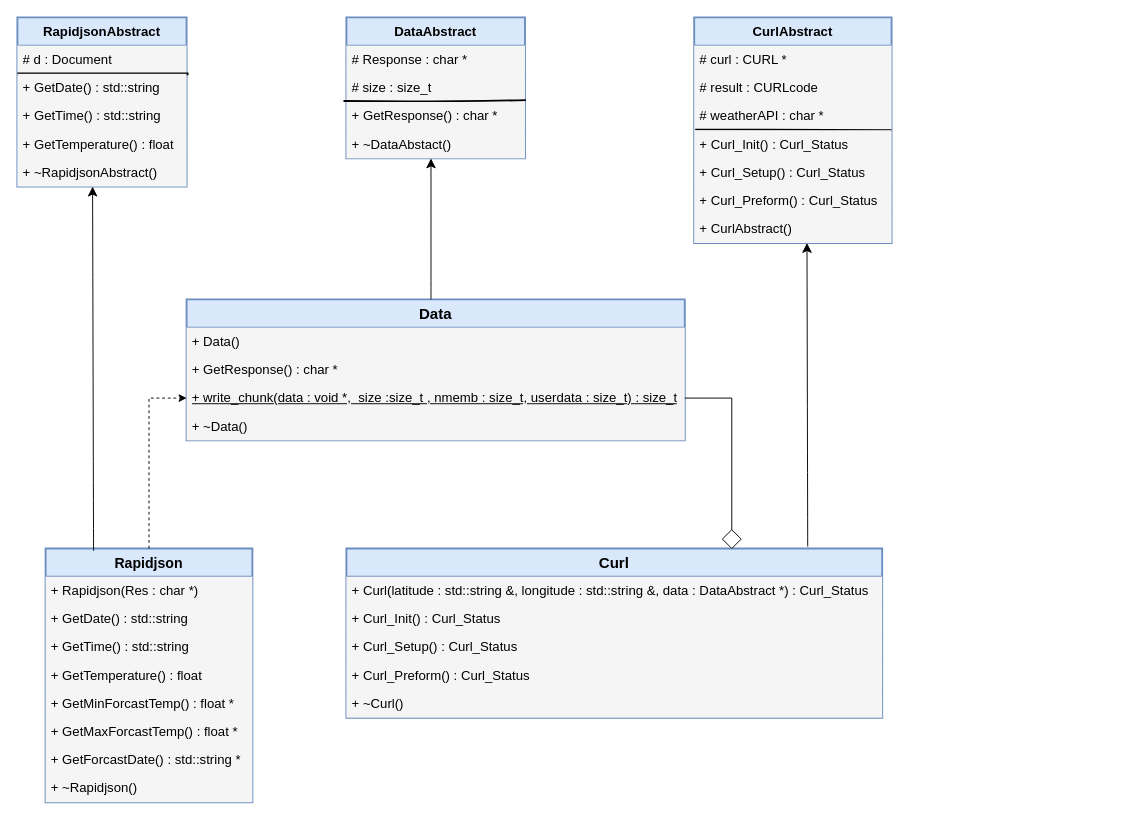
The draw.io diagram Docs/Class Diagram/WeatherForcast_ClassDiagram.drawio in salmanasser712/WeatherForcast, before the edit. Source tidied: cells renumbered, new cells numbered last; positions are measured from the earlier drawing's top-left corner, leaving out a move shared by most shapes. Both pictures are drawn from the tidied source at 94%, with x=0, y=0 at pixel (17, 17).
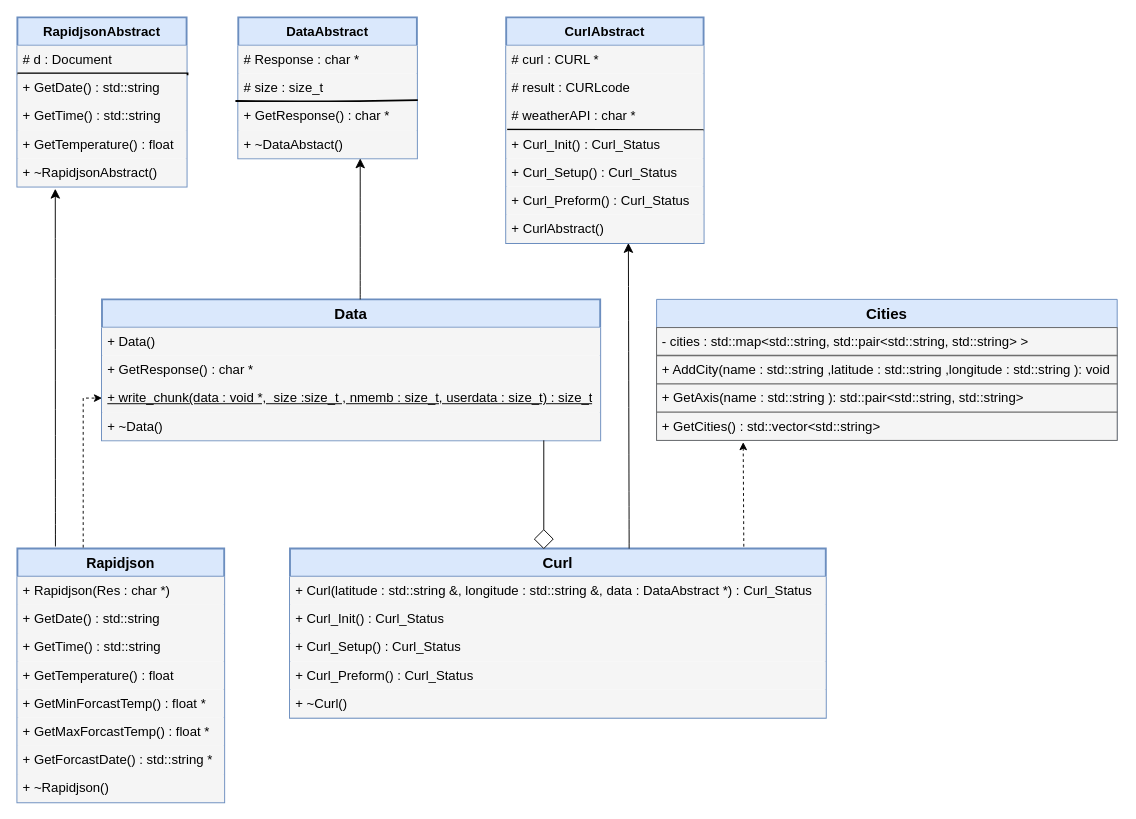
The same diagram, later.

Commit message (it also covers changes not shown here):
class Diagram

Unchanged cells that the change refers to:
```xml
<mxCell id="20" value="&lt;u style=&quot;font-size: 14px;&quot;&gt;+ write_chunk(data : void *,&amp;nbsp; size :size_t , nmemb : size_t, userdata : size_t) :&amp;nbsp;size_t&lt;/u&gt;" style="text;strokeColor=none;fillColor=#f5f5f5;align=left;verticalAlign=middle;spacingLeft=4;spacingRight=4;overflow=hidden;points=[[0,0.5],[1,0.5]];portConstraint=eastwest;whiteSpace=wrap;html=1;fontColor=#000000;fontSize=14;strokeWidth=2;" parent="17" vertex="1">
  <mxGeometry y="90" width="530" height="30" as="geometry" />
</mxCell>
<mxCell id="37" value="+ ~RapidjsonAbstract()" style="text;strokeColor=none;fillColor=#f5f5f5;align=left;verticalAlign=middle;spacingLeft=4;spacingRight=4;overflow=hidden;points=[[0,0.5],[1,0.5]];portConstraint=eastwest;whiteSpace=wrap;html=1;fontColor=#000000;fontSize=14;strokeWidth=2;" parent="31" vertex="1">
  <mxGeometry y="150" width="180" height="30" as="geometry" />
</mxCell>
```

The edit, as a diff of the source:
```diff
@@
     <mxCell id="2" value="&lt;b&gt;&lt;font style=&quot;font-size: 15px;&quot;&gt;Rapidjson&lt;/font&gt;&lt;/b&gt;" style="swimlane;fontStyle=0;horizontal=1;startSize=30;whiteSpace=wrap;html=1;fillColor=#dae8fc;strokeColor=#6c8ebf;strokeWidth=2;" parent="1" vertex="1">
-      <mxGeometry x="30" y="565" width="220" height="270" as="geometry" />
+      <mxGeometry y="565" width="220" height="270" as="geometry" />
     </mxCell>
@@
     <mxCell id="11" value="&lt;font size=&quot;1&quot; style=&quot;&quot;&gt;&lt;b style=&quot;font-size: 16px;&quot;&gt;Curl&lt;/b&gt;&lt;/font&gt;" style="swimlane;fontStyle=0;horizontal=1;startSize=30;whiteSpace=wrap;html=1;fillColor=#dae8fc;strokeColor=#6c8ebf;strokeWidth=2;" parent="1" vertex="1">
-      <mxGeometry x="350" y="565" width="570" height="180" as="geometry" />
+      <mxGeometry x="290" y="565" width="570" height="180" as="geometry" />
     </mxCell>
@@
     <mxCell id="17" value="&lt;font style=&quot;font-size: 16px;&quot;&gt;&lt;b&gt;Data&lt;/b&gt;&lt;/font&gt;" style="swimlane;fontStyle=0;horizontal=1;startSize=30;whiteSpace=wrap;html=1;fillColor=#dae8fc;strokeColor=#6c8ebf;strokeWidth=2;" parent="1" vertex="1">
-      <mxGeometry x="180" y="300" width="530" height="150" as="geometry" />
+      <mxGeometry x="90" y="300" width="530" height="150" as="geometry" />
     </mxCell>
@@
-    <mxCell id="22" style="endArrow=none;html=1;rounded=0;entryX=1;entryY=0.5;entryDx=0;entryDy=0;exitX=0.5;exitY=0;exitDx=0;exitDy=0;" parent="1" edge="1" source="23" target="20">
+    <mxCell id="22" style="endArrow=none;html=1;rounded=0;exitX=0.5;exitY=0;exitDx=0;exitDy=0;" parent="1" edge="1" source="23">
       <mxGeometry relative="1" as="geometry">
-        <Array as="points">
-          <mxPoint x="760" y="405" />
-        </Array>
+        <mxPoint x="560" y="450" as="targetPoint" />
       </mxGeometry>
     </mxCell>
     <mxCell id="23" style="rhombus;whiteSpace=wrap;html=1;" parent="1" vertex="1">
-      <mxGeometry x="750" y="545" width="20" height="20" as="geometry" />
+      <mxGeometry x="550" y="545" width="20" height="20" as="geometry" />
     </mxCell>
-    <mxCell id="24" style="endArrow=classic;html=1;rounded=0;entryX=0;entryY=0.5;entryDx=0;entryDy=0;dashed=1;" parent="1" edge="1" source="2" target="20">
+    <mxCell id="24" style="endArrow=classic;html=1;rounded=0;entryX=0;entryY=0.5;entryDx=0;entryDy=0;dashed=1;" parent="1" edge="1" target="20">
       <mxGeometry relative="1" as="geometry">
+        <mxPoint x="70" y="564" as="sourcePoint" />
         <Array as="points">
-          <mxPoint x="140" y="405" />
+          <mxPoint x="70" y="405" />
         </Array>
       </mxGeometry>
     </mxCell>
     <mxCell id="25" value="&lt;b&gt;&lt;font style=&quot;font-size: 14px;&quot;&gt;DataAbstract&lt;/font&gt;&lt;/b&gt;" style="swimlane;fontStyle=0;horizontal=1;startSize=30;whiteSpace=wrap;html=1;fillColor=#dae8fc;strokeColor=#6c8ebf;strokeWidth=2;" parent="1" vertex="1">
-      <mxGeometry x="350" width="190" height="150" as="geometry" />
+      <mxGeometry x="235" width="190" height="150" as="geometry" />
     </mxCell>
@@
     <mxCell id="38" value="&lt;b&gt;&lt;font style=&quot;font-size: 14px;&quot;&gt;CurlAbstract&lt;/font&gt;&lt;/b&gt;" style="swimlane;fontStyle=0;horizontal=1;startSize=30;whiteSpace=wrap;html=1;fillColor=#dae8fc;strokeColor=#6c8ebf;strokeWidth=2;" parent="1" vertex="1">
-      <mxGeometry x="720" width="210" height="240" as="geometry" />
+      <mxGeometry x="520" width="210" height="240" as="geometry" />
     </mxCell>
@@
-    <mxCell id="47" style="endArrow=classic;html=1;rounded=0;fontSize=12;startSize=8;endSize=8;curved=1;exitX=0.861;exitY=-0.011;exitDx=0;exitDy=0;exitPerimeter=0;" parent="1" edge="1" source="11">
+    <mxCell id="47" style="endArrow=classic;html=1;rounded=0;fontSize=12;startSize=8;endSize=8;curved=1;exitX=0.633;exitY=0;exitDx=0;exitDy=0;exitPerimeter=0;" parent="1" edge="1" source="11">
       <mxGeometry relative="1" as="geometry">
-        <mxPoint x="840" y="240" as="targetPoint" />
+        <mxPoint x="650" y="240" as="targetPoint" />
       </mxGeometry>
     </mxCell>
     <mxCell id="48" style="endArrow=classic;html=1;rounded=0;fontSize=12;startSize=8;endSize=8;curved=1;" parent="1" edge="1">
       <mxGeometry relative="1" as="geometry">
-        <mxPoint x="440" y="300" as="sourcePoint" />
-        <mxPoint x="440" y="150" as="targetPoint" />
+        <mxPoint x="364.7" y="300" as="sourcePoint" />
+        <mxPoint x="364.7" y="150" as="targetPoint" />
       </mxGeometry>
     </mxCell>
-    <mxCell id="49" style="endArrow=classic;html=1;rounded=0;fontSize=12;startSize=8;endSize=8;curved=1;exitX=0.232;exitY=0.009;exitDx=0;exitDy=0;exitPerimeter=0;" parent="1" edge="1" source="2">
-      <mxGeometry relative="1" as="geometry">
-        <mxPoint x="80" y="180" as="targetPoint" />
-      </mxGeometry>
+    <mxCell id="49" style="endArrow=classic;html=1;rounded=0;fontSize=12;startSize=8;endSize=8;curved=1;entryX=0.224;entryY=1.076;entryDx=0;entryDy=0;entryPerimeter=0;exitX=0.184;exitY=-0.008;exitDx=0;exitDy=0;exitPerimeter=0;" parent="1" edge="1" source="2" target="37">
+      <mxGeometry relative="1" as="geometry" />
     </mxCell>
+    <mxCell id="50" value="&lt;font style=&quot;font-size: 16px;&quot;&gt;&lt;b&gt;Cities&lt;/b&gt;&lt;/font&gt;" style="swimlane;fontStyle=0;horizontal=1;startSize=30;whiteSpace=wrap;html=1;fillColor=#dae8fc;strokeColor=#6c8ebf;" parent="1" vertex="1">
+      <mxGeometry x="680" y="300" width="490" height="150" as="geometry" />
+    </mxCell>
+    <mxCell id="51" value="- cities : std::map&amp;lt;std::string, std::pair&amp;lt;std::string, std::string&amp;gt; &amp;gt;&amp;nbsp;" style="text;strokeColor=#666666;fillColor=#f5f5f5;align=left;verticalAlign=middle;spacingLeft=4;spacingRight=4;overflow=hidden;whiteSpace=wrap;html=1;fontSize=14;fontColor=#000000;" parent="50" vertex="1">
+      <mxGeometry y="30" width="490" height="30" as="geometry" />
+    </mxCell>
+    <mxCell id="52" style="endArrow=none;html=1;rounded=0;strokeWidth=2;fillColor=#f5f5f5;strokeColor=#666666;fontColor=#000000;" parent="50" edge="1">
+      <mxGeometry relative="1" as="geometry">
+        <mxPoint y="60" as="sourcePoint" />
+        <mxPoint x="490" y="60" as="targetPoint" />
+      </mxGeometry>
+    </mxCell>
+    <mxCell id="53" value="+ AddCity(name : std::string&amp;nbsp;,latitude : std::string&amp;nbsp;,longitude : std::string&amp;nbsp;): void" style="text;strokeColor=#666666;fillColor=#f5f5f5;align=left;verticalAlign=middle;spacingLeft=4;spacingRight=4;overflow=hidden;whiteSpace=wrap;html=1;fontSize=14;fontColor=#000000;" parent="50" vertex="1">
+      <mxGeometry y="60" width="490" height="30" as="geometry" />
+    </mxCell>
+    <mxCell id="54" value="+ GetAxis(name : std::string&amp;nbsp;): std::pair&amp;lt;std::string, std::string&amp;gt;&amp;nbsp;" style="text;strokeColor=#666666;fillColor=#f5f5f5;align=left;verticalAlign=middle;spacingLeft=4;spacingRight=4;overflow=hidden;whiteSpace=wrap;html=1;fontSize=14;fontColor=#000000;" parent="50" vertex="1">
+      <mxGeometry y="90" width="490" height="30" as="geometry" />
+    </mxCell>
+    <mxCell id="55" value="+ GetCities() : std::vector&amp;lt;std::string&amp;gt;&amp;nbsp;" style="text;strokeColor=#666666;fillColor=#f5f5f5;align=left;verticalAlign=middle;spacingLeft=4;spacingRight=4;overflow=hidden;points=[[0,0.5],[1,0.5]];portConstraint=eastwest;whiteSpace=wrap;html=1;fontSize=14;fontColor=#000000;" parent="50" vertex="1">
+      <mxGeometry y="120" width="490" height="30" as="geometry" />
+    </mxCell>
+    <mxCell id="56" style="endArrow=classic;html=1;rounded=0;entryX=0.188;entryY=1.064;entryDx=0;entryDy=0;entryPerimeter=0;exitX=0.847;exitY=-0.011;exitDx=0;exitDy=0;exitPerimeter=0;dashed=1;" parent="1" edge="1" source="11" target="55">
+      <mxGeometry relative="1" as="geometry" />
+    </mxCell>
```
